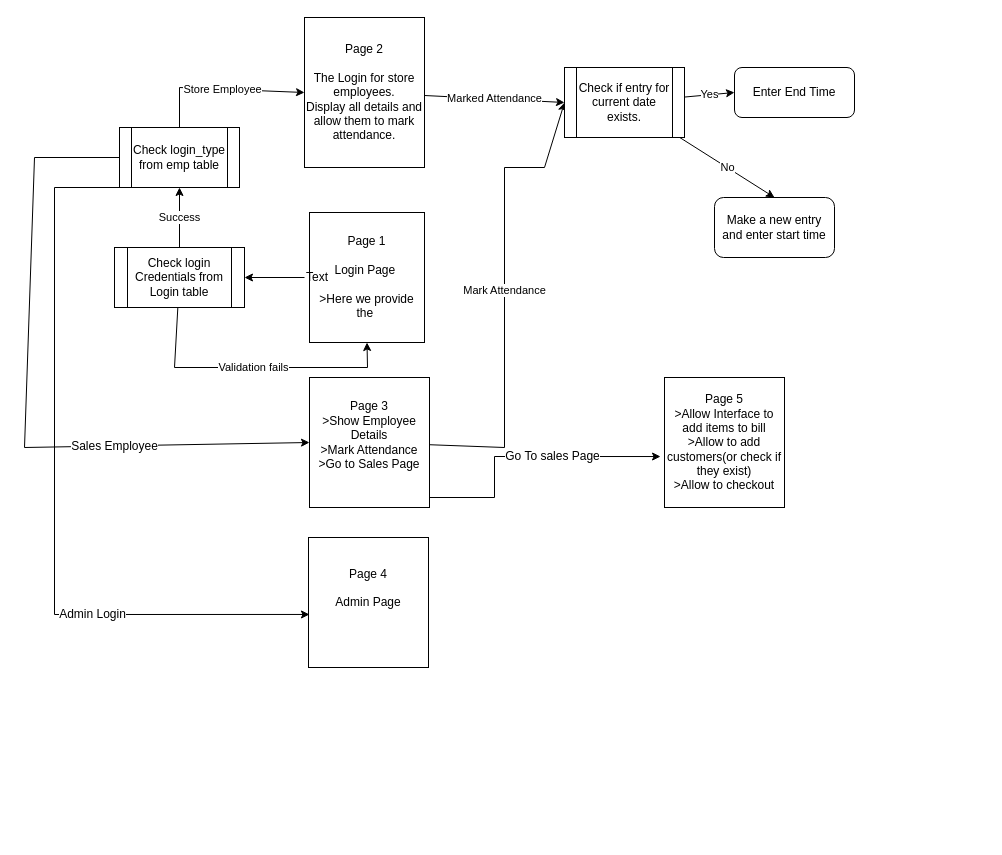
The draw.io diagram Untitled Diagram.drawio in lanukahjo/man_rms_dbms_project, before the edit. Source tidied: cells renumbered, new cells numbered last; positions are measured from the earlier drawing's top-left corner, leaving out a move shared by most shapes. Both pictures are drawn from the tidied source at 100%, with x=0, y=0 at pixel (24, 17).
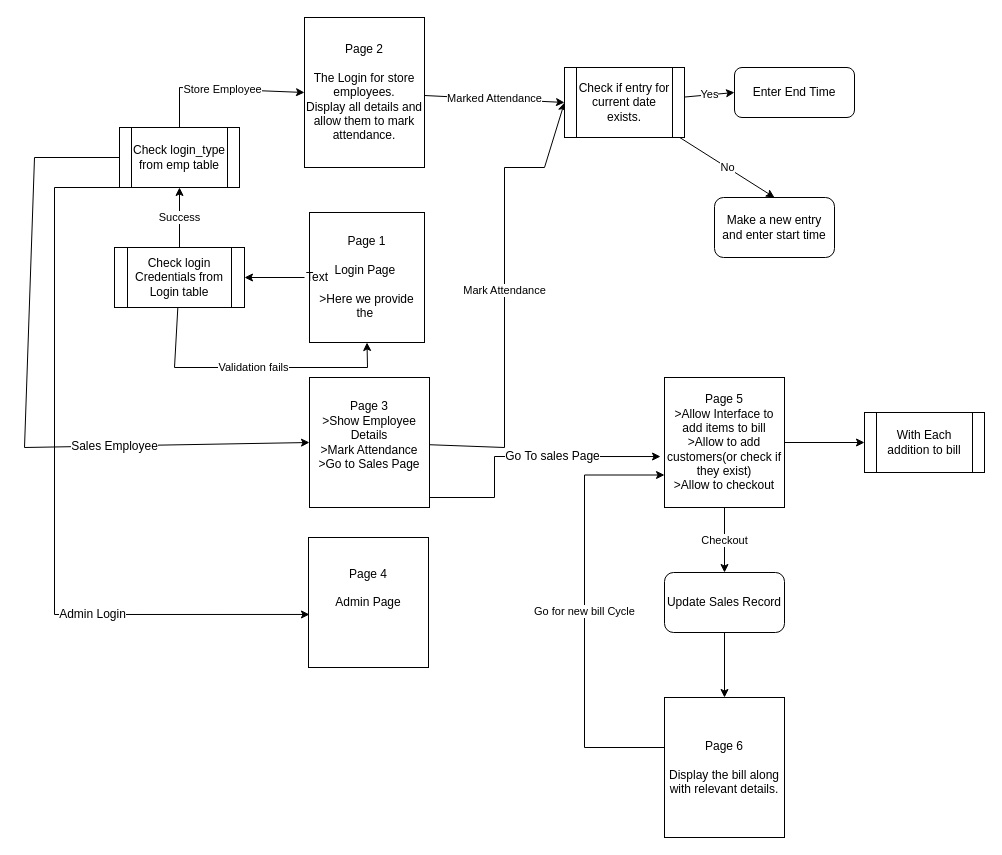
The same page after the edit.

Unchanged cells that the change refers to:
```xml
<mxCell id="26" value="Page 5&lt;br&gt;&amp;gt;Allow Interface to add items to bill&lt;br&gt;&amp;gt;Allow to add customers(or check if they exist)&lt;br&gt;&amp;gt;Allow to checkout" style="rounded=0;whiteSpace=wrap;html=1;fontFamily=Helvetica;" parent="1" vertex="1">
  <mxGeometry x="640" y="360" width="120" height="130" as="geometry" />
</mxCell>
```

Diff of the diagram source:
```diff
@@
+    <mxCell id="27" value="Checkout" style="edgeStyle=orthogonalEdgeStyle;rounded=0;jettySize=auto;html=1;entryX=0.5;entryY=0;entryDx=0;entryDy=0;" parent="1" edge="1" source="26" target="32">
+      <mxGeometry relative="1" as="geometry" />
+    </mxCell>
+    <mxCell id="28" style="edgeStyle=orthogonalEdgeStyle;rounded=0;jettySize=auto;html=1;" parent="1" edge="1" source="26" target="33">
+      <mxGeometry relative="1" as="geometry" />
+    </mxCell>
@@
+    <mxCell id="29" value="Go for new bill Cycle" style="edgeStyle=orthogonalEdgeStyle;rounded=0;jettySize=auto;html=1;entryX=0;entryY=0.75;entryDx=0;entryDy=0;" parent="1" edge="1" source="30" target="26">
+      <mxGeometry relative="1" as="geometry">
+        <Array as="points">
+          <mxPoint x="560" y="730" />
+          <mxPoint x="560" y="458" />
+        </Array>
+      </mxGeometry>
+    </mxCell>
+    <mxCell id="30" value="Page 6&lt;br&gt;&lt;br&gt;Display the bill along with relevant details." style="rounded=0;whiteSpace=wrap;html=1;" parent="1" vertex="1">
+      <mxGeometry x="640" y="680" width="120" height="140" as="geometry" />
+    </mxCell>
+    <mxCell id="31" style="edgeStyle=orthogonalEdgeStyle;rounded=0;jettySize=auto;html=1;" parent="1" edge="1" source="32" target="30">
+      <mxGeometry relative="1" as="geometry" />
+    </mxCell>
+    <mxCell id="32" value="Update Sales Record" style="rounded=1;whiteSpace=wrap;html=1;" parent="1" vertex="1">
+      <mxGeometry x="640" y="555" width="120" height="60" as="geometry" />
+    </mxCell>
+    <mxCell id="33" value="With Each addition to bill" style="shape=process;whiteSpace=wrap;html=1;backgroundOutline=1;" parent="1" vertex="1">
+      <mxGeometry x="840" y="395" width="120" height="60" as="geometry" />
+    </mxCell>
```
